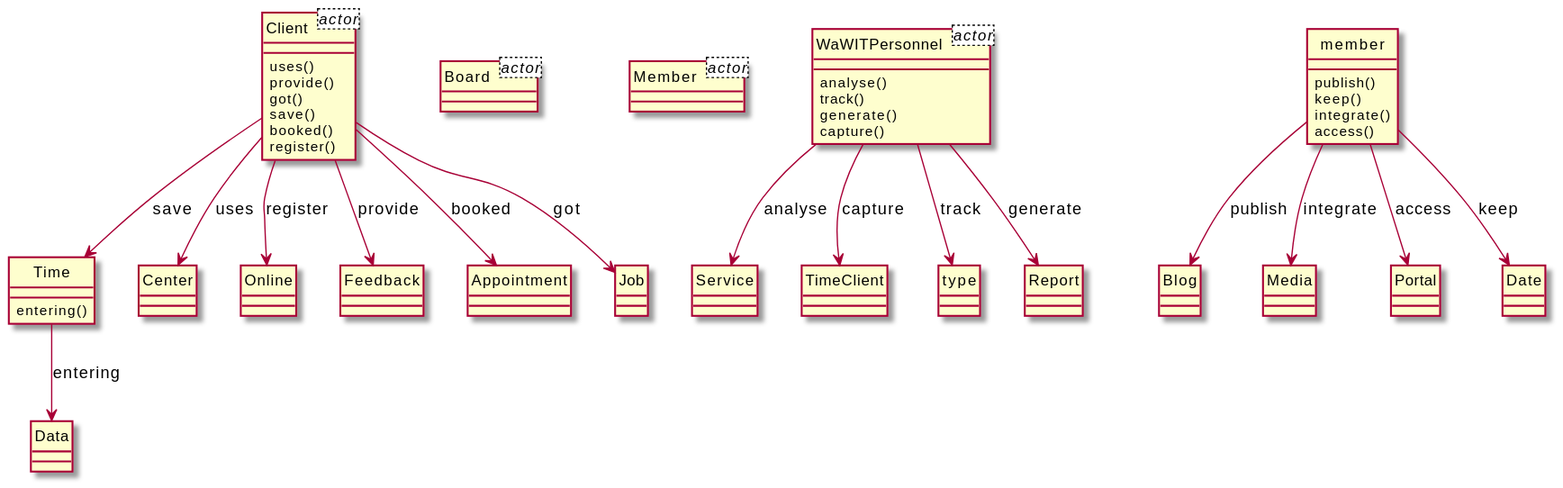
This is output/diagram_5/2014-USC-Project14.svg from xixixhalu/DomainModelExtractor, a PlantUML export, as it was before one commit. The source it was exported from:
```plantuml
@startuml
hide circle
class Client<actor> {
}
class Board<actor> {
}
class Member<actor> {
}
class WaWITPersonnel<actor> {
}
class Time {
	entering()
}
class Data {
}
class member {
	publish()
	keep()
	integrate()
	access()
}
class Blog {
}
class WaWITPersonnel {
	analyse()
	track()
	generate()
	capture()
}
class Service {
}
class Client {
	uses()
	provide()
	got()
	save()
	booked()
	register()
}
class Center {
}
class Online {
}
class Media {
}
class TimeClient {
}
class type {
}
class Feedback {
}
class Portal {
}
class Appointment {
}
class Job {
}
class Date {
}
class Report {
}
Client --> Center : uses
WaWITPersonnel --> TimeClient : capture
Client --> Job : got
WaWITPersonnel --> Report : generate
member --> Portal : access
Time --> Data : entering
Client --> Feedback : provide
Client --> Online : register
WaWITPersonnel --> Service : analyse
Client --> Time : save
WaWITPersonnel --> type : track
Client --> Appointment : booked
member --> Media : integrate
member --> Blog : publish
member --> Date : keep
@enduml
```
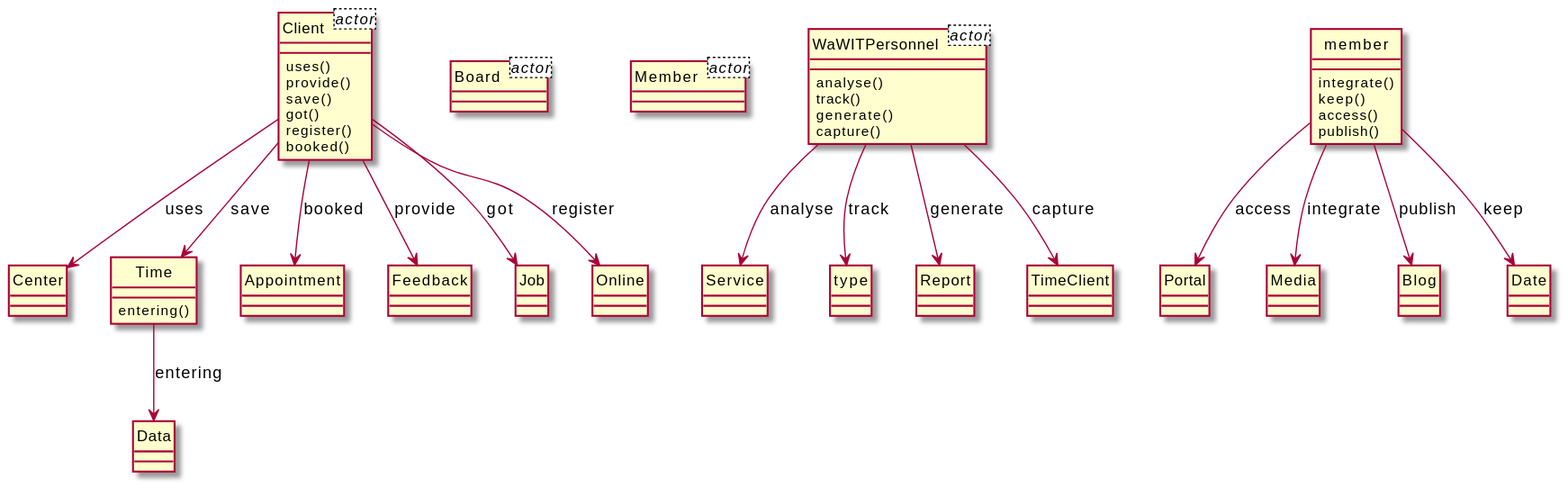
Above is the later version.

Change to the diagram source:
```diff
@@ -8,18 +8,15 @@
 }
 class WaWITPersonnel<actor> {
 }
-class Time {
-	entering()
+class member {
+	integrate()
+	keep()
+	access()
+	publish()
 }
-class Data {
+class Portal {
 }
-class member {
-	publish()
-	keep()
-	integrate()
-	access()
-}
-class Blog {
+class Media {
 }
 class WaWITPersonnel {
 	analyse()
@@ -29,49 +26,52 @@
 }
 class Service {
 }
+class Blog {
+}
 class Client {
 	uses()
 	provide()
+	save()
 	got()
-	save()
+	register()
 	booked()
-	register()
 }
 class Center {
 }
-class Online {
+class Time {
+	entering()
 }
-class Media {
+class Data {
+}
+class Appointment {
+}
+class type {
+}
+class Date {
+}
+class Feedback {
+}
+class Report {
+}
+class Job {
 }
 class TimeClient {
 }
-class type {
+class Online {
 }
-class Feedback {
-}
-class Portal {
-}
-class Appointment {
-}
-class Job {
-}
-class Date {
-}
-class Report {
-}
+member --> Date : keep
+Client --> Time : save
 Client --> Center : uses
+Client --> Job : got
+WaWITPersonnel --> Service : analyse
+member --> Portal : access
+Client --> Appointment : booked
+Client --> Online : register
+Client --> Feedback : provide
+member --> Blog : publish
+member --> Media : integrate
+WaWITPersonnel --> type : track
+Time --> Data : entering
+WaWITPersonnel --> Report : generate
 WaWITPersonnel --> TimeClient : capture
-Client --> Job : got
-WaWITPersonnel --> Report : generate
-member --> Portal : access
-Time --> Data : entering
-Client --> Feedback : provide
-Client --> Online : register
-WaWITPersonnel --> Service : analyse
-Client --> Time : save
-WaWITPersonnel --> type : track
-Client --> Appointment : booked
-member --> Media : integrate
-member --> Blog : publish
-member --> Date : keep
 @enduml
```
